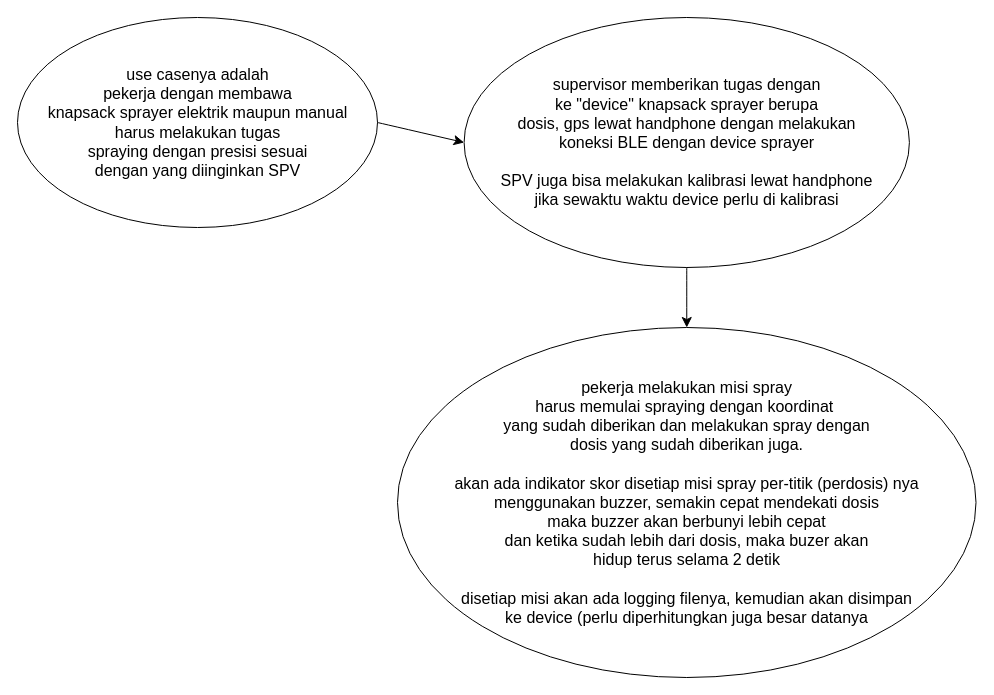
This is Untitled Diagram.drawio from abdhilmy64/Sprayer_Tracker_BLE, a draw.io file, before an edit. Source tidied: cells renumbered, new cells numbered last; positions are measured from the earlier drawing's top-left corner, leaving out a move shared by most shapes. Both pictures are drawn from the tidied source at 100%, with x=0, y=0 at pixel (17, 17).
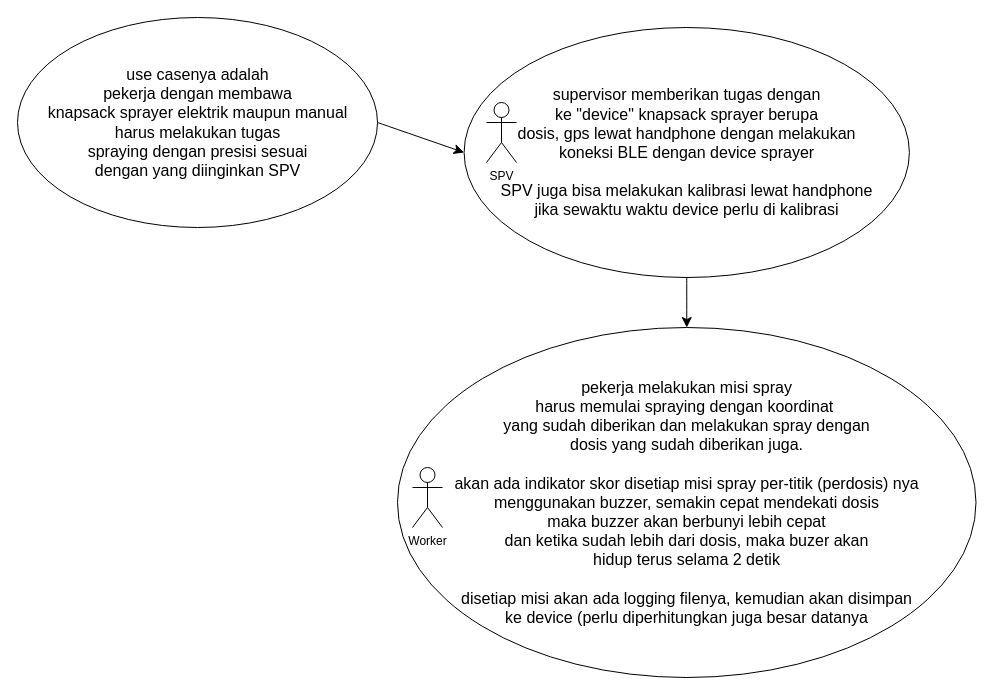
The same page after the edit.

What changed in the source:
```diff
@@
 <mxGraphModel>
   <root>
     <mxCell id="0" />
     <mxCell id="1" parent="0" />
     <mxCell id="2" style="group;" parent="1" vertex="1">
       <mxGeometry width="360" height="210" as="geometry" />
     </mxCell>
     <mxCell id="3" style="ellipse;whiteSpace=wrap;html=1;" parent="2" vertex="1">
       <mxGeometry width="360" height="210" as="geometry" />
     </mxCell>
     <mxCell id="4" value="use casenya adalah&lt;div&gt;pekerja dengan membawa&lt;/div&gt;&lt;div&gt;&lt;span style=&quot;background-color: transparent;&quot;&gt;knapsack sprayer elektrik maupun manual&lt;/span&gt;&lt;/div&gt;&lt;div&gt;&lt;span style=&quot;background-color: transparent; color: light-dark(rgb(0, 0, 0), rgb(255, 255, 255));&quot;&gt;harus melakukan tugas&lt;/span&gt;&lt;/div&gt;&lt;div&gt;spraying dengan presisi sesuai&lt;/div&gt;&lt;div&gt;dengan yang diinginkan SPV&lt;/div&gt;" style="text;html=1;align=center;verticalAlign=middle;strokeColor=none;fillColor=none;fontSize=16;" parent="2" vertex="1">
       <mxGeometry x="20" y="40" width="320" height="130" as="geometry" />
     </mxCell>
     <mxCell id="5" style="group;" parent="1" vertex="1">
-      <mxGeometry x="446.6" width="445.3" height="250" as="geometry" />
+      <mxGeometry x="446.6" y="10" width="445.3" height="250" as="geometry" />
     </mxCell>
     <mxCell id="6" style="ellipse;whiteSpace=wrap;html=1;" parent="5" vertex="1">
       <mxGeometry width="445.3" height="250" as="geometry" />
     </mxCell>
     <mxCell id="7" value="supervisor memberikan tugas dengan&lt;div&gt;ke &quot;device&quot;&amp;nbsp;&lt;span style=&quot;background-color: transparent; color: light-dark(rgb(0, 0, 0), rgb(255, 255, 255));&quot;&gt;knapsack sprayer berupa&lt;/span&gt;&lt;/div&gt;&lt;div&gt;&lt;span style=&quot;background-color: transparent; color: light-dark(rgb(0, 0, 0), rgb(255, 255, 255));&quot;&gt;dosis, gps lewat handphone dengan melakukan&lt;/span&gt;&lt;/div&gt;&lt;div&gt;&lt;span style=&quot;background-color: transparent; color: light-dark(rgb(0, 0, 0), rgb(255, 255, 255));&quot;&gt;koneksi BLE dengan device sprayer&lt;/span&gt;&lt;/div&gt;&lt;div&gt;&lt;br&gt;&lt;/div&gt;&lt;div&gt;SPV juga bisa melakukan kalibrasi lewat handphone&lt;/div&gt;&lt;div&gt;jika&amp;nbsp;&lt;span style=&quot;background-color: transparent; color: light-dark(rgb(0, 0, 0), rgb(255, 255, 255));&quot;&gt;sewaktu waktu device perlu di kalibrasi&lt;/span&gt;&lt;/div&gt;" style="text;html=1;align=center;verticalAlign=middle;strokeColor=none;fillColor=none;fontSize=16;" parent="5" vertex="1">
       <mxGeometry x="22.6" y="50" width="400" height="150" as="geometry" />
     </mxCell>
+    <mxCell id="13" value="SPV" style="shape=umlActor;verticalLabelPosition=bottom;verticalAlign=top;html=1;" parent="5" vertex="1">
+      <mxGeometry x="22.4" y="75" width="30" height="60" as="geometry" />
+    </mxCell>
     <mxCell id="8" style="edgeStyle=none;curved=1;rounded=0;jettySize=auto;html=1;exitX=1;exitY=0.5;exitDx=0;exitDy=0;entryX=0;entryY=0.5;entryDx=0;entryDy=0;fontSize=12;startSize=8;endSize=8;" parent="1" edge="1" source="3" target="6">
       <mxGeometry relative="1" as="geometry" />
     </mxCell>
     <mxCell id="9" style="edgeStyle=none;curved=1;rounded=0;jettySize=auto;html=1;entryX=0.5;entryY=0;entryDx=0;entryDy=0;fontSize=12;startSize=8;endSize=8;" parent="1" edge="1" source="6" target="11">
       <mxGeometry relative="1" as="geometry" />
     </mxCell>
     <mxCell id="10" style="group;" parent="1" vertex="1">
       <mxGeometry x="380" y="310" width="578.5" height="350" as="geometry" />
     </mxCell>
     <mxCell id="11" style="ellipse;whiteSpace=wrap;html=1;" parent="10" vertex="1">
       <mxGeometry width="578.5" height="350" as="geometry" />
     </mxCell>
     <mxCell id="12" value="pekerja melakukan misi spray&lt;div&gt;&lt;div&gt;harus memulai spraying dengan koordinat&amp;nbsp;&lt;/div&gt;&lt;div&gt;yang sudah diberikan dan melakukan spray dengan&lt;/div&gt;&lt;/div&gt;&lt;div&gt;dosis yang sudah diberikan juga.&lt;/div&gt;&lt;div&gt;&lt;br&gt;&lt;/div&gt;&lt;div&gt;akan ada indikator skor disetiap misi spray per-titik (perdosis) nya&lt;/div&gt;&lt;div&gt;menggunakan buzzer, semakin cepat mendekati dosis&lt;/div&gt;&lt;div&gt;maka buzzer akan berbunyi lebih cepat&lt;/div&gt;&lt;div&gt;dan ketika sudah lebih dari dosis, maka buzer akan&lt;/div&gt;&lt;div&gt;hidup terus selama 2 detik&lt;/div&gt;&lt;div&gt;&lt;br&gt;&lt;/div&gt;&lt;div&gt;disetiap misi akan ada logging filenya, kemudian akan disimpan&lt;/div&gt;&lt;div&gt;ke device (perlu diperhitungkan juga besar datanya&lt;/div&gt;" style="text;html=1;align=center;verticalAlign=middle;strokeColor=none;fillColor=none;fontSize=16;" parent="10" vertex="1">
       <mxGeometry x="44.2" y="45" width="490" height="260" as="geometry" />
     </mxCell>
+    <mxCell id="14" value="Worker" style="shape=umlActor;verticalLabelPosition=bottom;verticalAlign=top;html=1;" parent="10" vertex="1">
+      <mxGeometry x="15" y="140" width="30" height="60" as="geometry" />
+    </mxCell>
   </root>
 </mxGraphModel>
```
